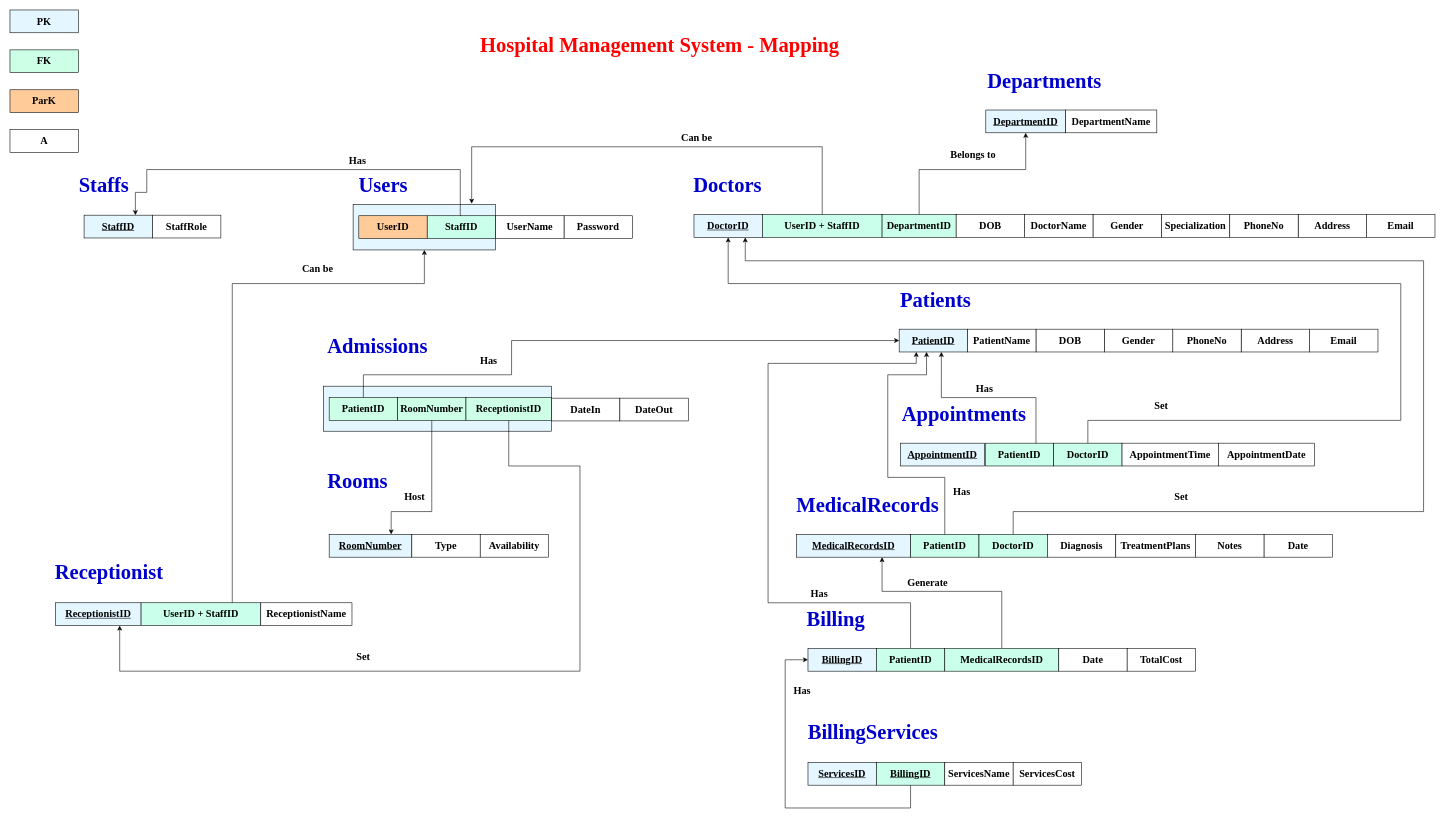
The draw.io diagram page "Page-2" (2 of 3) of Images/_HospitalManagementSystem.drawio in rahmaAlmamari/HospitalManagementSystem, before the edit. Source tidied: cells renumbered, new cells numbered last; positions are measured from the earlier drawing's top-left corner, leaving out a move shared by most shapes. Both pictures are drawn from the tidied source at 57%, with x=0, y=0 at pixel (10, 10).
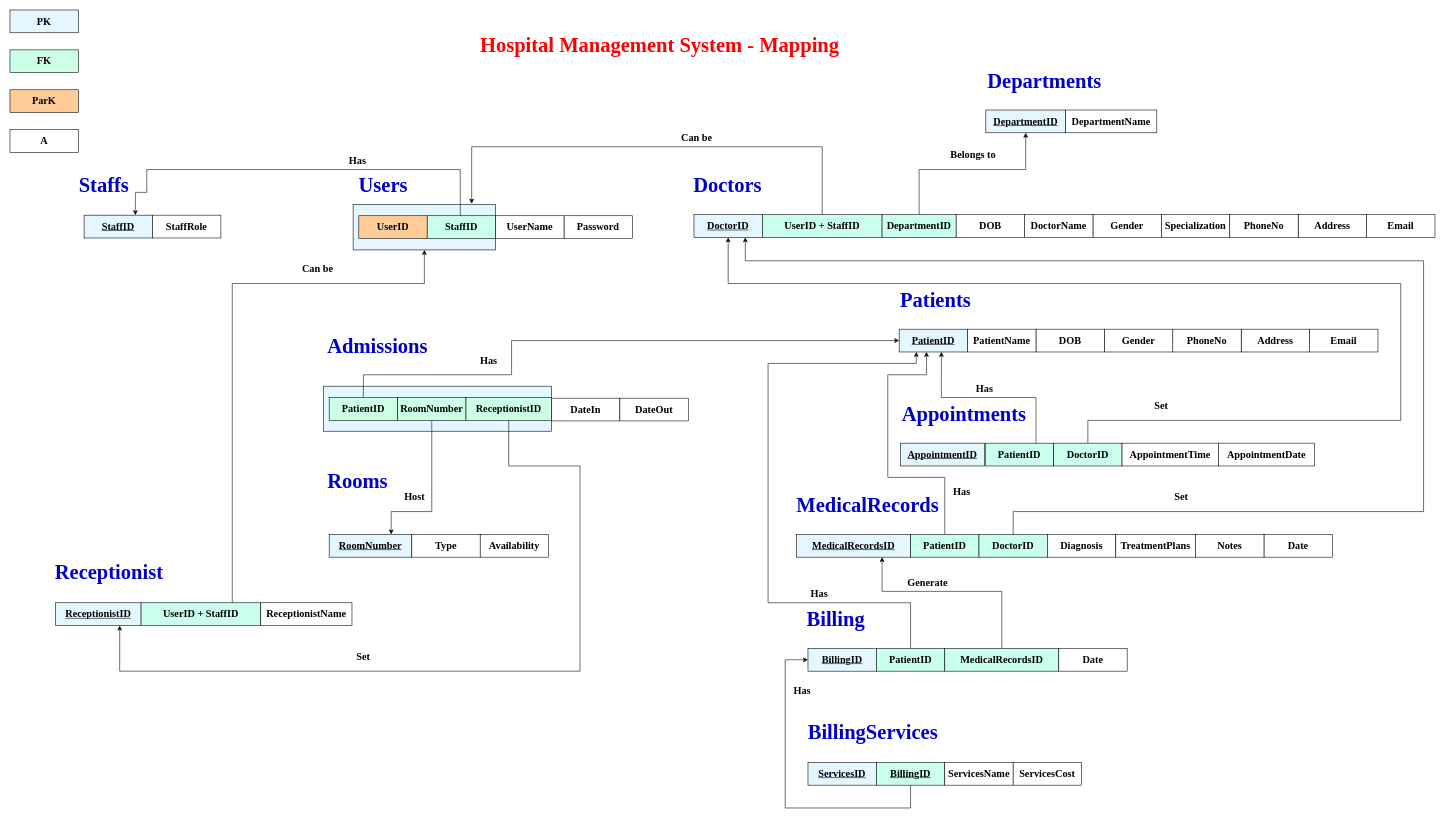
The same page after the edit.

Commit message (it also covers changes not shown here):
Modify the mapping solution

Change to the diagram source:
```diff
@@
-    <mxCell id="76" value="&lt;b style=&quot;font-family: &amp;quot;Times New Roman&amp;quot;;&quot;&gt;&lt;font style=&quot;font-size: 18px;&quot;&gt;TotalCost&lt;/font&gt;&lt;/b&gt;" style="whiteSpace=wrap;html=1;align=center;" parent="1" vertex="1">
-      <mxGeometry x="1960" y="1120" width="120" height="40" as="geometry" />
-    </mxCell>
```
